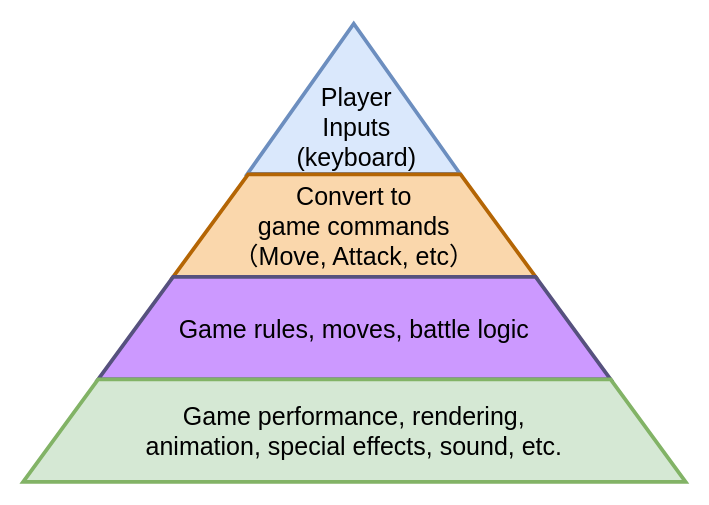
yrdimple/flowChart keeps this draw.io diagram as page "金字塔" (31 of 53) of booming/Booming ypwangv9.0 final new 104ppt-17.drawio. Above is the earlier version. Source tidied: cells renumbered, new cells numbered last; positions are measured from the earlier drawing's top-left corner, leaving out a move shared by most shapes. Both pictures are drawn from the tidied source at 125%, with x=0, y=0 at pixel (22, -9).
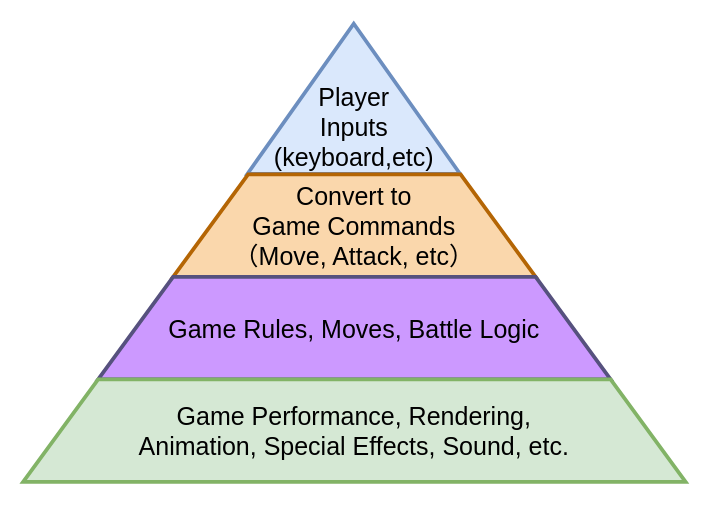
After the change.

Diff of the diagram source:
```diff
@@
 <mxGraphModel>
   <root>
     <mxCell id="0" />
     <mxCell id="1" parent="0" />
     <mxCell id="2" style="triangle;whiteSpace=wrap;html=1;fontSize=20;rotation=-90;fillColor=#dae8fc;strokeColor=#6c8ebf;strokeWidth=3;" parent="1" vertex="1">
       <mxGeometry x="204.5" y="0.5" width="120" height="170" as="geometry" />
     </mxCell>
-    <mxCell id="3" value="Convert to &lt;br&gt;game commands&lt;br style=&quot;font-size: 20px;&quot;&gt;（Move, Attack, etc）" style="shape=trapezoid;perimeter=trapezoidPerimeter;whiteSpace=wrap;html=1;fixedSize=1;fontSize=20;size=60;fillColor=#fad7ac;strokeColor=#b46504;strokeWidth=3;" parent="1" vertex="1">
+    <mxCell id="3" value="Convert to &lt;br&gt;Game Commands&lt;br style=&quot;font-size: 20px;&quot;&gt;（Move, Attack, etc）" style="shape=trapezoid;perimeter=trapezoidPerimeter;whiteSpace=wrap;html=1;fixedSize=1;fontSize=20;size=60;fillColor=#fad7ac;strokeColor=#b46504;strokeWidth=3;" parent="1" vertex="1">
       <mxGeometry x="120" y="146" width="290" height="82" as="geometry" />
     </mxCell>
-    <mxCell id="4" value="Player Inputs&lt;br style=&quot;font-size: 20px;&quot;&gt;(keyboard)" style="text;html=1;strokeColor=none;fillColor=none;align=center;verticalAlign=middle;whiteSpace=wrap;rounded=0;fontSize=20;strokeWidth=3;" parent="1" vertex="1">
-      <mxGeometry x="222.5" y="78" width="87.5" height="60" as="geometry" />
+    <mxCell id="4" value="Player &lt;br&gt;Inputs&lt;br style=&quot;font-size: 20px;&quot;&gt;(keyboard,etc)" style="text;html=1;strokeColor=none;fillColor=none;align=center;verticalAlign=middle;whiteSpace=wrap;rounded=0;fontSize=20;strokeWidth=3;" parent="1" vertex="1">
+      <mxGeometry x="189.5" y="78" width="150" height="60" as="geometry" />
     </mxCell>
-    <mxCell id="5" value="Game rules, moves, battle logic" style="shape=trapezoid;perimeter=trapezoidPerimeter;whiteSpace=wrap;html=1;fixedSize=1;fontSize=20;size=60;fillColor=#CC99FF;strokeColor=#56517e;strokeWidth=3;" parent="1" vertex="1">
+    <mxCell id="5" value="Game Rules, Moves, Battle Logic" style="shape=trapezoid;perimeter=trapezoidPerimeter;whiteSpace=wrap;html=1;fixedSize=1;fontSize=20;size=60;fillColor=#CC99FF;strokeColor=#56517e;strokeWidth=3;" parent="1" vertex="1">
       <mxGeometry x="60" y="228" width="410" height="82" as="geometry" />
     </mxCell>
-    <mxCell id="6" value="Game performance, rendering, &lt;br&gt;animation, special effects, sound, etc." style="shape=trapezoid;perimeter=trapezoidPerimeter;whiteSpace=wrap;html=1;fixedSize=1;fontSize=20;size=60;fillColor=#d5e8d4;strokeColor=#82b366;strokeWidth=3;" parent="1" vertex="1">
+    <mxCell id="6" value="Game Performance, Rendering, &lt;br&gt;Animation, Special Effects, Sound, etc." style="shape=trapezoid;perimeter=trapezoidPerimeter;whiteSpace=wrap;html=1;fixedSize=1;fontSize=20;size=60;fillColor=#d5e8d4;strokeColor=#82b366;strokeWidth=3;" parent="1" vertex="1">
       <mxGeometry y="310" width="530" height="82" as="geometry" />
     </mxCell>
   </root>
 </mxGraphModel>
```
